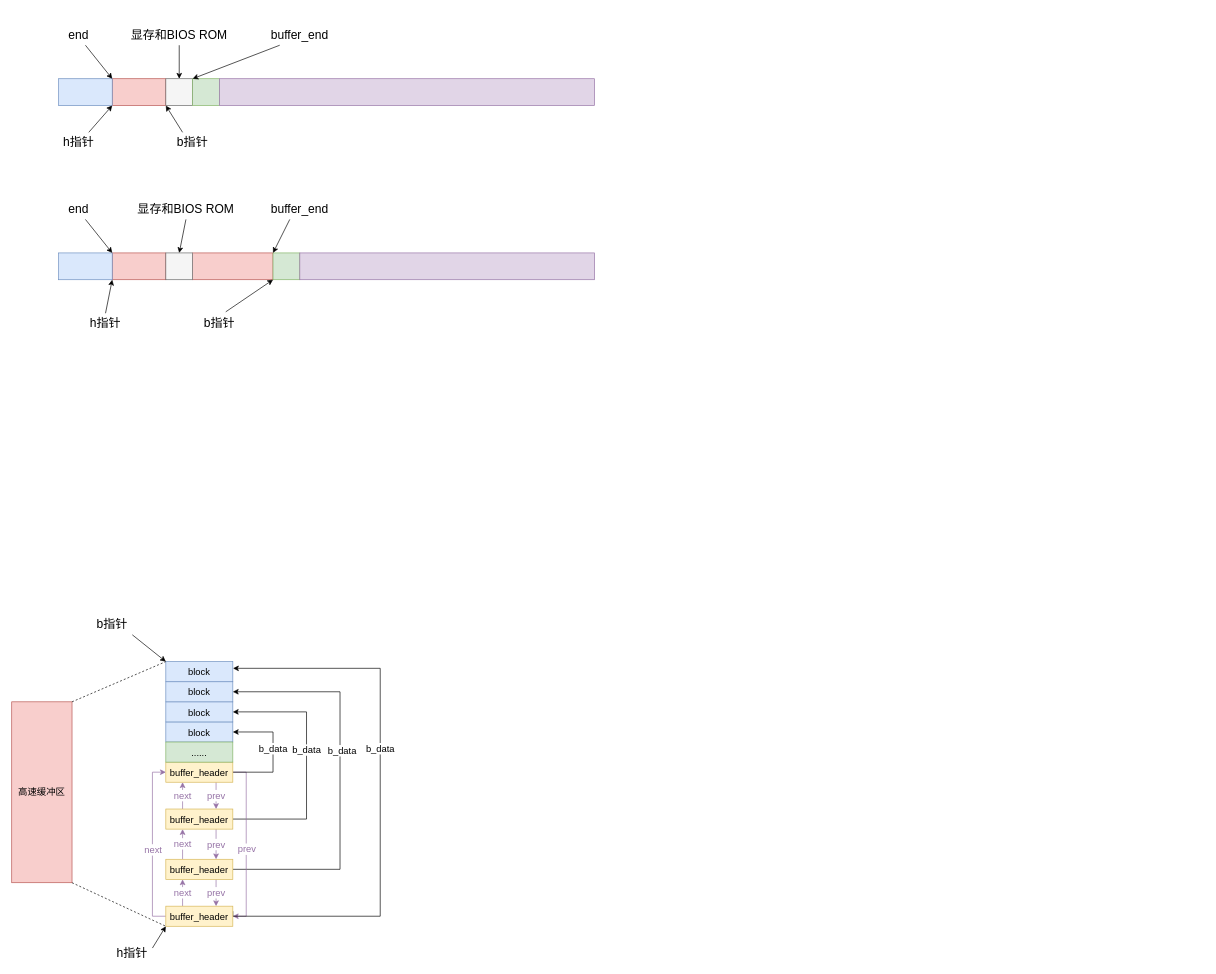
Earlier version of the draw.io diagram blog/Linux/Linux-0.11-fs/buffer/buffer.drawio (zgjsxx/static-img-repo). Source tidied: cells renumbered, new cells numbered last; positions are measured from the earlier drawing's top-left corner, leaving out a move shared by most shapes. Both pictures are drawn from the tidied source at 67%, with x=0, y=0 at pixel (11, 25).
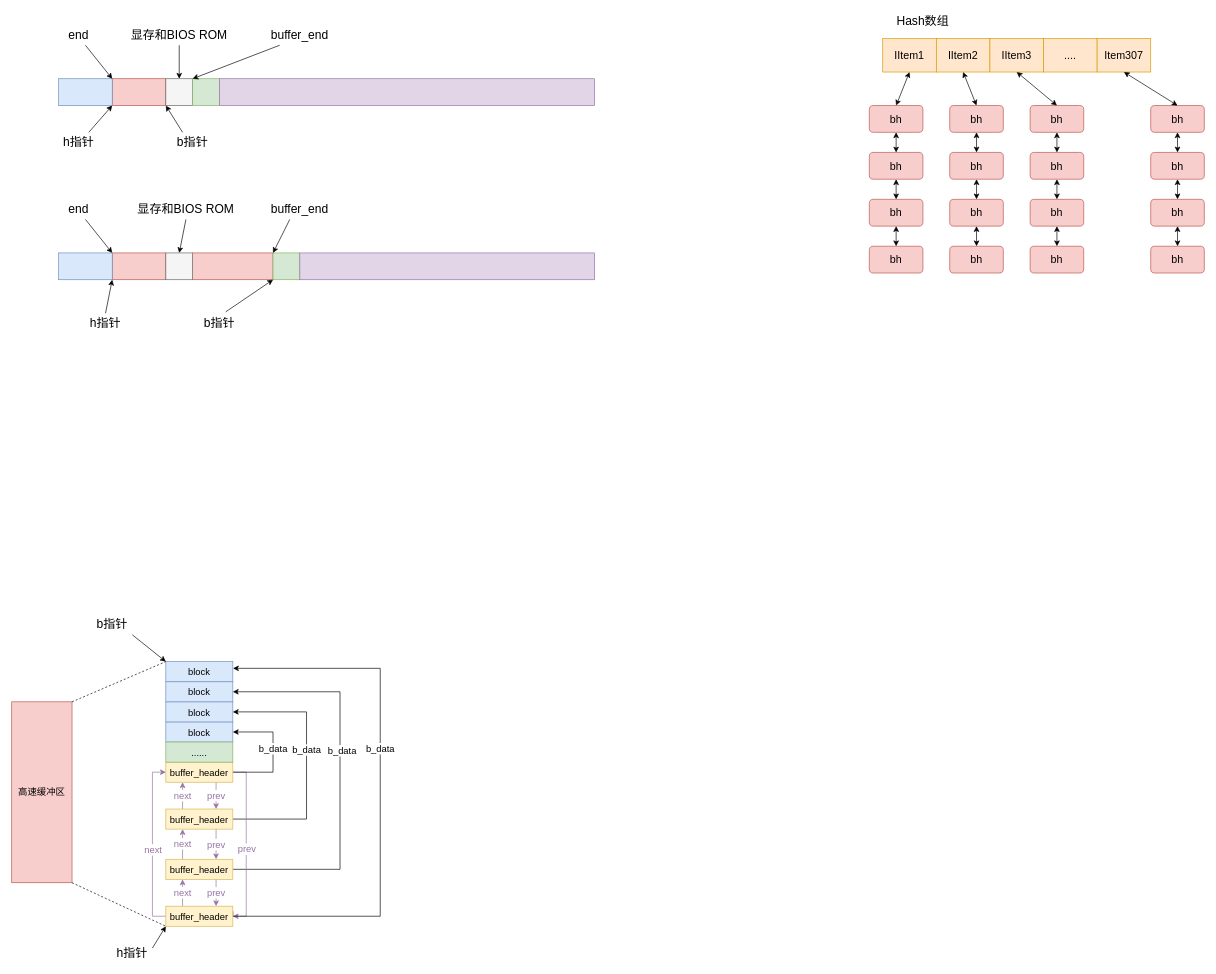
The same diagram, later.

Change to the diagram source:
```diff
@@
+    <mxCell id="65" value="IItem1" style="rounded=0;whiteSpace=wrap;html=1;fillColor=#ffe6cc;strokeColor=#d79b00;fontSize=16;" parent="1" vertex="1">
+      <mxGeometry x="1300" y="20" width="80" height="50" as="geometry" />
+    </mxCell>
+    <mxCell id="66" value="IItem2" style="rounded=0;whiteSpace=wrap;html=1;fillColor=#ffe6cc;strokeColor=#d79b00;fontSize=16;" parent="1" vertex="1">
+      <mxGeometry x="1380" y="20" width="80" height="50" as="geometry" />
+    </mxCell>
+    <mxCell id="67" value="&lt;font style=&quot;font-size: 18px;&quot;&gt;Hash数组&lt;/font&gt;" style="text;strokeColor=none;align=center;fillColor=none;html=1;verticalAlign=middle;whiteSpace=wrap;rounded=0;" parent="1" vertex="1">
+      <mxGeometry x="1300" y="-20" width="120" height="30" as="geometry" />
+    </mxCell>
+    <mxCell id="68" value="IItem3" style="rounded=0;whiteSpace=wrap;html=1;fillColor=#ffe6cc;strokeColor=#d79b00;fontSize=16;" parent="1" vertex="1">
+      <mxGeometry x="1460" y="20" width="80" height="50" as="geometry" />
+    </mxCell>
+    <mxCell id="69" value="...." style="rounded=0;whiteSpace=wrap;html=1;fillColor=#ffe6cc;strokeColor=#d79b00;fontSize=16;" parent="1" vertex="1">
+      <mxGeometry x="1540" y="20" width="80" height="50" as="geometry" />
+    </mxCell>
+    <mxCell id="70" value="Item307" style="rounded=0;whiteSpace=wrap;html=1;fillColor=#ffe6cc;strokeColor=#d79b00;fontSize=16;" parent="1" vertex="1">
+      <mxGeometry x="1620" y="20" width="80" height="50" as="geometry" />
+    </mxCell>
+    <mxCell id="71" value="bh" style="rounded=1;whiteSpace=wrap;html=1;fontSize=16;fillColor=#f8cecc;strokeColor=#b85450;" parent="1" vertex="1">
+      <mxGeometry x="1280" y="120" width="80" height="40" as="geometry" />
+    </mxCell>
+    <mxCell id="72" value="bh" style="rounded=1;whiteSpace=wrap;html=1;fontSize=16;fillColor=#f8cecc;strokeColor=#b85450;" parent="1" vertex="1">
+      <mxGeometry x="1280" y="190" width="80" height="40" as="geometry" />
+    </mxCell>
+    <mxCell id="73" value="bh" style="rounded=1;whiteSpace=wrap;html=1;fontSize=16;fillColor=#f8cecc;strokeColor=#b85450;" parent="1" vertex="1">
+      <mxGeometry x="1280" y="260" width="80" height="40" as="geometry" />
+    </mxCell>
+    <mxCell id="74" value="bh" style="rounded=1;whiteSpace=wrap;html=1;fontSize=16;fillColor=#f8cecc;strokeColor=#b85450;" parent="1" vertex="1">
+      <mxGeometry x="1280" y="330" width="80" height="40" as="geometry" />
+    </mxCell>
+    <mxCell id="75" value="bh" style="rounded=1;whiteSpace=wrap;html=1;fontSize=16;fillColor=#f8cecc;strokeColor=#b85450;" parent="1" vertex="1">
+      <mxGeometry x="1400" y="120" width="80" height="40" as="geometry" />
+    </mxCell>
+    <mxCell id="76" value="bh" style="rounded=1;whiteSpace=wrap;html=1;fontSize=16;fillColor=#f8cecc;strokeColor=#b85450;" parent="1" vertex="1">
+      <mxGeometry x="1400" y="190" width="80" height="40" as="geometry" />
+    </mxCell>
+    <mxCell id="77" value="bh" style="rounded=1;whiteSpace=wrap;html=1;fontSize=16;fillColor=#f8cecc;strokeColor=#b85450;" parent="1" vertex="1">
+      <mxGeometry x="1400" y="260" width="80" height="40" as="geometry" />
+    </mxCell>
+    <mxCell id="78" value="bh" style="rounded=1;whiteSpace=wrap;html=1;fontSize=16;fillColor=#f8cecc;strokeColor=#b85450;" parent="1" vertex="1">
+      <mxGeometry x="1400" y="330" width="80" height="40" as="geometry" />
+    </mxCell>
+    <mxCell id="79" value="bh" style="rounded=1;whiteSpace=wrap;html=1;fontSize=16;fillColor=#f8cecc;strokeColor=#b85450;" parent="1" vertex="1">
+      <mxGeometry x="1520" y="120" width="80" height="40" as="geometry" />
+    </mxCell>
+    <mxCell id="80" value="bh" style="rounded=1;whiteSpace=wrap;html=1;fontSize=16;fillColor=#f8cecc;strokeColor=#b85450;" parent="1" vertex="1">
+      <mxGeometry x="1520" y="190" width="80" height="40" as="geometry" />
+    </mxCell>
+    <mxCell id="81" value="bh" style="rounded=1;whiteSpace=wrap;html=1;fontSize=16;fillColor=#f8cecc;strokeColor=#b85450;" parent="1" vertex="1">
+      <mxGeometry x="1520" y="260" width="80" height="40" as="geometry" />
+    </mxCell>
+    <mxCell id="82" value="bh" style="rounded=1;whiteSpace=wrap;html=1;fontSize=16;fillColor=#f8cecc;strokeColor=#b85450;" parent="1" vertex="1">
+      <mxGeometry x="1520" y="330" width="80" height="40" as="geometry" />
+    </mxCell>
+    <mxCell id="83" value="bh" style="rounded=1;whiteSpace=wrap;html=1;fontSize=16;fillColor=#f8cecc;strokeColor=#b85450;" parent="1" vertex="1">
+      <mxGeometry x="1700" y="120" width="80" height="40" as="geometry" />
+    </mxCell>
+    <mxCell id="84" value="bh" style="rounded=1;whiteSpace=wrap;html=1;fontSize=16;fillColor=#f8cecc;strokeColor=#b85450;" parent="1" vertex="1">
+      <mxGeometry x="1700" y="190" width="80" height="40" as="geometry" />
+    </mxCell>
+    <mxCell id="85" value="bh" style="rounded=1;whiteSpace=wrap;html=1;fontSize=16;fillColor=#f8cecc;strokeColor=#b85450;" parent="1" vertex="1">
+      <mxGeometry x="1700" y="260" width="80" height="40" as="geometry" />
+    </mxCell>
+    <mxCell id="86" value="bh" style="rounded=1;whiteSpace=wrap;html=1;fontSize=16;fillColor=#f8cecc;strokeColor=#b85450;" parent="1" vertex="1">
+      <mxGeometry x="1700" y="330" width="80" height="40" as="geometry" />
+    </mxCell>
+    <mxCell id="87" style="endArrow=classic;startArrow=classic;html=1;rounded=0;fontSize=16;entryX=0.5;entryY=1;entryDx=0;entryDy=0;exitX=0.5;exitY=0;exitDx=0;exitDy=0;" parent="1" edge="1" source="71" target="65">
+      <mxGeometry relative="1" as="geometry" />
+    </mxCell>
+    <mxCell id="88" style="endArrow=classic;startArrow=classic;html=1;rounded=0;fontSize=16;entryX=0.5;entryY=1;entryDx=0;entryDy=0;" parent="1" edge="1" source="72" target="71">
+      <mxGeometry relative="1" as="geometry" />
+    </mxCell>
+    <mxCell id="89" style="endArrow=classic;startArrow=classic;html=1;rounded=0;fontSize=16;entryX=0.5;entryY=1;entryDx=0;entryDy=0;exitX=0.5;exitY=0;exitDx=0;exitDy=0;" parent="1" edge="1" source="73" target="72">
+      <mxGeometry relative="1" as="geometry" />
+    </mxCell>
+    <mxCell id="90" style="endArrow=classic;startArrow=classic;html=1;rounded=0;fontSize=16;entryX=0.5;entryY=1;entryDx=0;entryDy=0;exitX=0.5;exitY=0;exitDx=0;exitDy=0;" parent="1" edge="1" source="74" target="73">
+      <mxGeometry relative="1" as="geometry" />
+    </mxCell>
+    <mxCell id="91" style="endArrow=classic;startArrow=classic;html=1;rounded=0;fontSize=16;entryX=0.5;entryY=1;entryDx=0;entryDy=0;exitX=0.5;exitY=0;exitDx=0;exitDy=0;" parent="1" edge="1" source="75" target="66">
+      <mxGeometry relative="1" as="geometry" />
+    </mxCell>
+    <mxCell id="92" style="endArrow=classic;startArrow=classic;html=1;rounded=0;fontSize=16;entryX=0.5;entryY=1;entryDx=0;entryDy=0;exitX=0.5;exitY=0;exitDx=0;exitDy=0;" parent="1" edge="1" source="79" target="68">
+      <mxGeometry relative="1" as="geometry" />
+    </mxCell>
+    <mxCell id="93" style="endArrow=classic;startArrow=classic;html=1;rounded=0;fontSize=16;entryX=0.5;entryY=1;entryDx=0;entryDy=0;exitX=0.5;exitY=0;exitDx=0;exitDy=0;" parent="1" edge="1" source="76" target="75">
+      <mxGeometry relative="1" as="geometry" />
+    </mxCell>
+    <mxCell id="94" style="endArrow=classic;startArrow=classic;html=1;rounded=0;fontSize=16;entryX=0.5;entryY=1;entryDx=0;entryDy=0;exitX=0.5;exitY=0;exitDx=0;exitDy=0;" parent="1" edge="1" source="77" target="76">
+      <mxGeometry relative="1" as="geometry" />
+    </mxCell>
+    <mxCell id="95" style="endArrow=classic;startArrow=classic;html=1;rounded=0;fontSize=16;entryX=0.5;entryY=1;entryDx=0;entryDy=0;exitX=0.5;exitY=0;exitDx=0;exitDy=0;" parent="1" edge="1" source="78" target="77">
+      <mxGeometry relative="1" as="geometry" />
+    </mxCell>
+    <mxCell id="96" style="endArrow=classic;startArrow=classic;html=1;rounded=0;fontSize=16;entryX=0.5;entryY=1;entryDx=0;entryDy=0;" parent="1" edge="1" source="80" target="79">
+      <mxGeometry relative="1" as="geometry" />
+    </mxCell>
+    <mxCell id="97" style="endArrow=classic;startArrow=classic;html=1;rounded=0;fontSize=16;entryX=0.5;entryY=1;entryDx=0;entryDy=0;exitX=0.5;exitY=0;exitDx=0;exitDy=0;" parent="1" edge="1" source="81" target="80">
+      <mxGeometry relative="1" as="geometry" />
+    </mxCell>
+    <mxCell id="98" style="endArrow=classic;startArrow=classic;html=1;rounded=0;fontSize=16;entryX=0.5;entryY=0;entryDx=0;entryDy=0;exitX=0.5;exitY=1;exitDx=0;exitDy=0;" parent="1" edge="1" source="81" target="82">
+      <mxGeometry relative="1" as="geometry" />
+    </mxCell>
+    <mxCell id="99" style="endArrow=classic;startArrow=classic;html=1;rounded=0;fontSize=16;entryX=0.5;entryY=1;entryDx=0;entryDy=0;" parent="1" edge="1" source="84" target="83">
+      <mxGeometry relative="1" as="geometry" />
+    </mxCell>
+    <mxCell id="100" style="endArrow=classic;startArrow=classic;html=1;rounded=0;fontSize=16;entryX=0.5;entryY=1;entryDx=0;entryDy=0;" parent="1" edge="1" source="85" target="84">
+      <mxGeometry relative="1" as="geometry" />
+    </mxCell>
+    <mxCell id="101" style="endArrow=classic;startArrow=classic;html=1;rounded=0;fontSize=16;entryX=0.5;entryY=1;entryDx=0;entryDy=0;" parent="1" edge="1" source="86" target="85">
+      <mxGeometry relative="1" as="geometry" />
+    </mxCell>
+    <mxCell id="102" style="endArrow=classic;startArrow=classic;html=1;rounded=0;fontSize=16;entryX=0.5;entryY=1;entryDx=0;entryDy=0;exitX=0.5;exitY=0;exitDx=0;exitDy=0;" parent="1" edge="1" source="83" target="70">
+      <mxGeometry relative="1" as="geometry" />
+    </mxCell>
```
